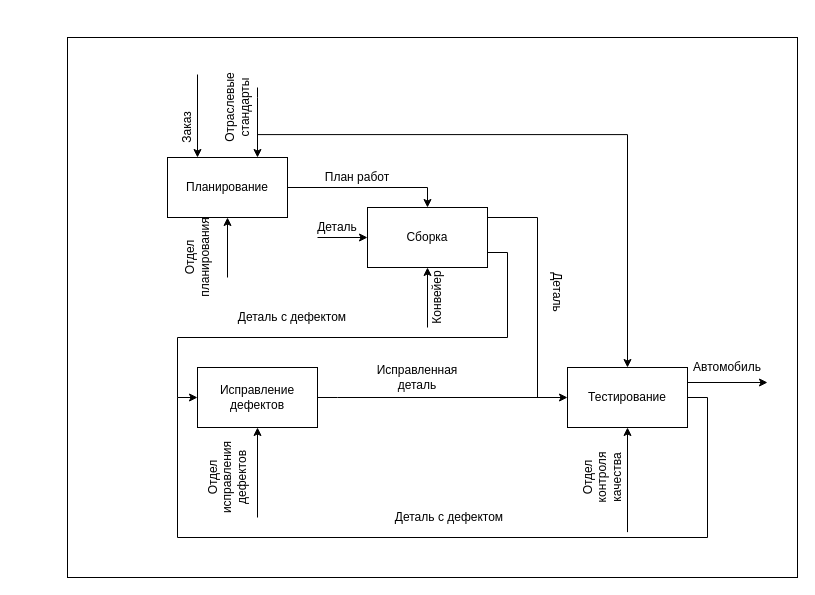
The draw.io diagram IDEF1.drawio in vladmosin/CLI, before the edit. Source tidied: cells renumbered, new cells numbered last; positions are measured from the earlier drawing's top-left corner, leaving out a move shared by most shapes. Both pictures are drawn from the tidied source at 100%, with x=0, y=0 at pixel (67, 37).
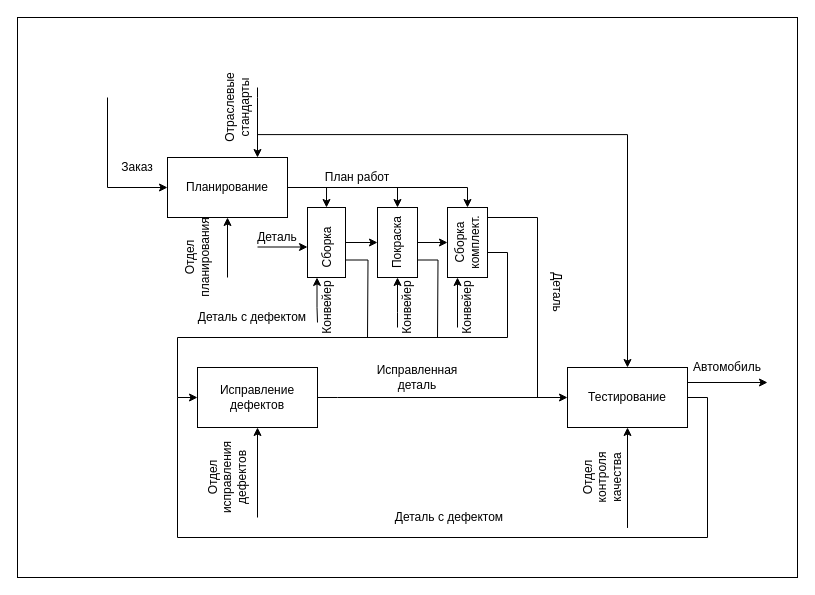
The same diagram, later.

The change refers to these unchanged cells:
```xml
<mxCell id="7" value="Планирование" style="rounded=0;whiteSpace=wrap;html=1;" parent="1" vertex="1">
  <mxGeometry x="100" y="120" width="120" height="60" as="geometry" />
</mxCell>
<mxCell id="20" value="Исправление дефектов" style="rounded=0;whiteSpace=wrap;html=1;" parent="1" vertex="1">
  <mxGeometry x="130" y="330" width="120" height="60" as="geometry" />
</mxCell>
<mxCell id="24" value="План работ" style="text;html=1;strokeColor=none;fillColor=none;align=center;verticalAlign=middle;whiteSpace=wrap;rounded=0;" parent="1" vertex="1">
  <mxGeometry x="250" y="130" width="80" height="20" as="geometry" />
</mxCell>
```

What changed in the source:
```diff
@@
     <mxCell id="2" style="rounded=0;whiteSpace=wrap;html=1;" parent="1" vertex="1">
-      <mxGeometry width="730" height="540" as="geometry" />
+      <mxGeometry x="-50" y="-20" width="780" height="560" as="geometry" />
     </mxCell>
-    <mxCell id="3" style="edgeStyle=orthogonalEdgeStyle;rounded=0;jettySize=auto;html=1;exitX=0.25;exitY=0;exitDx=0;exitDy=0;startArrow=classic;startFill=1;endArrow=none;endFill=0;" parent="1" edge="1" source="7" target="2">
+    <mxCell id="3" style="edgeStyle=orthogonalEdgeStyle;rounded=0;jettySize=auto;html=1;exitX=0;exitY=0.5;exitDx=0;exitDy=0;startArrow=classic;startFill=1;endArrow=none;endFill=0;" parent="1" edge="1" source="7">
       <mxGeometry relative="1" as="geometry">
+        <mxPoint x="40" y="60" as="targetPoint" />
         <Array as="points">
-          <mxPoint x="240" y="60" />
-          <mxPoint x="240" y="60" />
+          <mxPoint x="40" y="150" />
         </Array>
       </mxGeometry>
     </mxCell>
@@
-    <mxCell id="6" style="edgeStyle=orthogonalEdgeStyle;rounded=0;jettySize=auto;html=1;exitX=1;exitY=0.5;exitDx=0;exitDy=0;entryX=0.5;entryY=0;entryDx=0;entryDy=0;startArrow=none;startFill=0;endArrow=classic;endFill=1;" parent="1" edge="1" source="7" target="12">
-      <mxGeometry relative="1" as="geometry" />
+    <mxCell id="6" style="edgeStyle=orthogonalEdgeStyle;rounded=0;jettySize=auto;html=1;exitX=1;exitY=0.5;exitDx=0;exitDy=0;entryX=0.5;entryY=0;entryDx=0;entryDy=0;startArrow=none;startFill=0;endArrow=classic;endFill=1;" parent="1" edge="1" source="7" target="42">
+      <mxGeometry relative="1" as="geometry">
+        <Array as="points">
+          <mxPoint x="400" y="150" />
+        </Array>
+      </mxGeometry>
     </mxCell>
@@
-    <mxCell id="8" style="edgeStyle=orthogonalEdgeStyle;rounded=0;jettySize=auto;html=1;exitX=0.5;exitY=1;exitDx=0;exitDy=0;startArrow=classic;startFill=1;endArrow=none;endFill=0;" parent="1" edge="1" source="12">
+    <mxCell id="8" style="edgeStyle=orthogonalEdgeStyle;rounded=0;orthogonalLoop=1;jettySize=auto;html=1;exitX=0.5;exitY=1;exitDx=0;exitDy=0;startArrow=classic;startFill=1;endArrow=none;endFill=0;" parent="1" edge="1">
       <mxGeometry relative="1" as="geometry">
-        <mxPoint x="360" y="290" as="targetPoint" />
+        <mxPoint x="390" y="240" as="sourcePoint" />
+        <mxPoint x="390" y="290" as="targetPoint" />
         <Array as="points">
-          <mxPoint x="360" y="290" />
+          <mxPoint x="390" y="290" />
         </Array>
       </mxGeometry>
     </mxCell>
-    <mxCell id="9" style="edgeStyle=orthogonalEdgeStyle;rounded=0;jettySize=auto;html=1;exitX=0;exitY=0.5;exitDx=0;exitDy=0;startArrow=classic;startFill=1;endArrow=none;endFill=0;" parent="1" edge="1" source="12">
+    <mxCell id="9" style="edgeStyle=orthogonalEdgeStyle;rounded=0;orthogonalLoop=1;jettySize=auto;html=1;exitX=0;exitY=0.5;exitDx=0;exitDy=0;startArrow=classic;startFill=1;endArrow=none;endFill=0;" parent="1" edge="1">
       <mxGeometry relative="1" as="geometry">
-        <mxPoint x="250" y="200" as="targetPoint" />
+        <mxPoint x="240" y="209.5" as="sourcePoint" />
+        <mxPoint x="190" y="209.5" as="targetPoint" />
         <Array as="points">
-          <mxPoint x="250" y="200" />
+          <mxPoint x="190" y="209.5" />
         </Array>
       </mxGeometry>
     </mxCell>
-    <mxCell id="10" style="edgeStyle=orthogonalEdgeStyle;rounded=0;jettySize=auto;html=1;exitX=1;exitY=0.25;exitDx=0;exitDy=0;startArrow=none;startFill=0;endArrow=none;endFill=0;" parent="1" edge="1" source="12">
+    <mxCell id="10" style="edgeStyle=orthogonalEdgeStyle;rounded=0;orthogonalLoop=1;jettySize=auto;html=1;startArrow=none;startFill=0;endArrow=none;endFill=0;" parent="1" edge="1">
       <mxGeometry relative="1" as="geometry">
+        <mxPoint x="420" y="180" as="sourcePoint" />
         <mxPoint x="470" y="360" as="targetPoint" />
         <Array as="points">
           <mxPoint x="420" y="180" />
           <mxPoint x="470" y="180" />
         </Array>
       </mxGeometry>
     </mxCell>
-    <mxCell id="11" style="edgeStyle=orthogonalEdgeStyle;rounded=0;jettySize=auto;html=1;exitX=1;exitY=0.75;exitDx=0;exitDy=0;entryX=0;entryY=0.5;entryDx=0;entryDy=0;startArrow=none;startFill=0;endArrow=classic;endFill=1;" parent="1" edge="1" source="12" target="20">
+    <mxCell id="11" style="edgeStyle=orthogonalEdgeStyle;rounded=0;jettySize=auto;html=1;entryX=0;entryY=0.5;entryDx=0;entryDy=0;startArrow=none;startFill=0;endArrow=classic;endFill=1;" parent="1" edge="1" target="20">
       <mxGeometry relative="1" as="geometry">
+        <mxPoint x="420" y="215" as="sourcePoint" />
         <Array as="points">
           <mxPoint x="440" y="215" />
           <mxPoint x="440" y="300" />
           <mxPoint x="110" y="300" />
           <mxPoint x="110" y="360" />
         </Array>
       </mxGeometry>
     </mxCell>
-    <mxCell id="12" value="Сборка" style="rounded=0;whiteSpace=wrap;html=1;" parent="1" vertex="1">
-      <mxGeometry x="300" y="170" width="120" height="60" as="geometry" />
-    </mxCell>
@@
-    <mxCell id="21" value="Заказ" style="text;html=1;strokeColor=none;fillColor=none;align=center;verticalAlign=middle;whiteSpace=wrap;rounded=0;rotation=270;" parent="1" vertex="1">
-      <mxGeometry x="100" y="80" width="40" height="20" as="geometry" />
+    <mxCell id="21" value="Заказ" style="text;html=1;strokeColor=none;fillColor=none;align=center;verticalAlign=middle;whiteSpace=wrap;rounded=0;rotation=0;" parent="1" vertex="1">
+      <mxGeometry x="50" y="120" width="40" height="20" as="geometry" />
     </mxCell>
@@
     <mxCell id="28" value="Конвейер" style="text;html=1;strokeColor=none;fillColor=none;align=center;verticalAlign=middle;whiteSpace=wrap;rounded=0;rotation=270;" parent="1" vertex="1">
-      <mxGeometry x="350" y="250" width="40" height="20" as="geometry" />
+      <mxGeometry x="380" y="260" width="40" height="20" as="geometry" />
     </mxCell>
     <mxCell id="29" value="Деталь" style="text;html=1;strokeColor=none;fillColor=none;align=center;verticalAlign=middle;whiteSpace=wrap;rounded=0;" parent="1" vertex="1">
-      <mxGeometry x="250" y="180" width="40" height="20" as="geometry" />
+      <mxGeometry x="190" y="190" width="40" height="20" as="geometry" />
     </mxCell>
@@
     <mxCell id="31" value="Деталь с дефектом" style="text;html=1;strokeColor=none;fillColor=none;align=center;verticalAlign=middle;whiteSpace=wrap;rounded=0;" parent="1" vertex="1">
-      <mxGeometry x="160" y="270" width="130" height="20" as="geometry" />
+      <mxGeometry x="120" y="270" width="130" height="20" as="geometry" />
     </mxCell>
@@
+    <mxCell id="34" style="edgeStyle=orthogonalEdgeStyle;rounded=0;jettySize=auto;html=1;exitX=1;exitY=0.5;exitDx=0;exitDy=0;entryX=0;entryY=0.5;entryDx=0;entryDy=0;endArrow=classic;endFill=1;" parent="1" edge="1" source="37" target="41">
+      <mxGeometry relative="1" as="geometry" />
+    </mxCell>
+    <mxCell id="35" style="edgeStyle=orthogonalEdgeStyle;rounded=0;jettySize=auto;html=1;exitX=0.5;exitY=0;exitDx=0;exitDy=0;entryX=0.113;entryY=1;entryDx=0;entryDy=0;entryPerimeter=0;startArrow=classic;startFill=1;endArrow=none;endFill=0;" parent="1" edge="1" source="37" target="24">
+      <mxGeometry relative="1" as="geometry" />
+    </mxCell>
+    <mxCell id="36" style="edgeStyle=orthogonalEdgeStyle;rounded=0;jettySize=auto;html=1;exitX=1;exitY=0.75;exitDx=0;exitDy=0;startArrow=none;startFill=0;endArrow=none;endFill=0;" parent="1" edge="1" source="37">
+      <mxGeometry relative="1" as="geometry">
+        <mxPoint x="300" y="300" as="targetPoint" />
+      </mxGeometry>
+    </mxCell>
+    <mxCell id="37" style="rounded=0;whiteSpace=wrap;html=1;" parent="1" vertex="1">
+      <mxGeometry x="240" y="170" width="38" height="70" as="geometry" />
+    </mxCell>
+    <mxCell id="38" style="edgeStyle=orthogonalEdgeStyle;rounded=0;jettySize=auto;html=1;exitX=1;exitY=0.5;exitDx=0;exitDy=0;entryX=0;entryY=0.5;entryDx=0;entryDy=0;endArrow=classic;endFill=1;" parent="1" edge="1" source="41" target="42">
+      <mxGeometry relative="1" as="geometry" />
+    </mxCell>
+    <mxCell id="39" style="edgeStyle=orthogonalEdgeStyle;rounded=0;jettySize=auto;html=1;exitX=0.5;exitY=0;exitDx=0;exitDy=0;entryX=1;entryY=1;entryDx=0;entryDy=0;endArrow=none;endFill=0;startArrow=classic;startFill=1;" parent="1" edge="1" source="41" target="24">
+      <mxGeometry relative="1" as="geometry" />
+    </mxCell>
+    <mxCell id="40" style="edgeStyle=orthogonalEdgeStyle;rounded=0;jettySize=auto;html=1;exitX=1;exitY=0.75;exitDx=0;exitDy=0;startArrow=none;startFill=0;endArrow=none;endFill=0;" parent="1" edge="1" source="41">
+      <mxGeometry relative="1" as="geometry">
+        <mxPoint x="370" y="300" as="targetPoint" />
+      </mxGeometry>
+    </mxCell>
+    <mxCell id="41" style="rounded=0;whiteSpace=wrap;html=1;" parent="1" vertex="1">
+      <mxGeometry x="310" y="170" width="40" height="70" as="geometry" />
+    </mxCell>
+    <mxCell id="42" style="rounded=0;whiteSpace=wrap;html=1;" parent="1" vertex="1">
+      <mxGeometry x="380" y="170" width="40" height="70" as="geometry" />
+    </mxCell>
+    <mxCell id="12" value="Сборка" style="text;html=1;strokeColor=none;fillColor=none;align=center;verticalAlign=middle;whiteSpace=wrap;rounded=0;rotation=270;" parent="1" vertex="1">
+      <mxGeometry x="240" y="200" width="40" height="20" as="geometry" />
+    </mxCell>
+    <mxCell id="43" value="Покраска&lt;br&gt;" style="text;html=1;strokeColor=none;fillColor=none;align=center;verticalAlign=middle;whiteSpace=wrap;rounded=0;rotation=270;" parent="1" vertex="1">
+      <mxGeometry x="310" y="195" width="40" height="20" as="geometry" />
+    </mxCell>
+    <mxCell id="44" value="Сборка&lt;br&gt;комплект." style="text;html=1;strokeColor=none;fillColor=none;align=center;verticalAlign=middle;whiteSpace=wrap;rounded=0;rotation=270;" parent="1" vertex="1">
+      <mxGeometry x="380" y="195" width="40" height="20" as="geometry" />
+    </mxCell>
+    <mxCell id="45" value="Конвейер" style="text;html=1;strokeColor=none;fillColor=none;align=center;verticalAlign=middle;whiteSpace=wrap;rounded=0;rotation=270;" parent="1" vertex="1">
+      <mxGeometry x="320" y="260" width="40" height="20" as="geometry" />
+    </mxCell>
+    <mxCell id="46" value="Конвейер" style="text;html=1;strokeColor=none;fillColor=none;align=center;verticalAlign=middle;whiteSpace=wrap;rounded=0;rotation=270;" parent="1" vertex="1">
+      <mxGeometry x="240" y="260" width="40" height="20" as="geometry" />
+    </mxCell>
+    <mxCell id="47" style="edgeStyle=orthogonalEdgeStyle;rounded=0;jettySize=auto;html=1;exitX=0.5;exitY=1;exitDx=0;exitDy=0;startArrow=classic;startFill=1;endArrow=none;endFill=0;" parent="1" edge="1" source="41">
+      <mxGeometry relative="1" as="geometry">
+        <mxPoint x="330" y="290" as="targetPoint" />
+        <Array as="points">
+          <mxPoint x="330" y="275" />
+          <mxPoint x="330" y="275" />
+        </Array>
+      </mxGeometry>
+    </mxCell>
+    <mxCell id="48" style="edgeStyle=orthogonalEdgeStyle;rounded=0;jettySize=auto;html=1;exitX=0.25;exitY=1;exitDx=0;exitDy=0;startArrow=classic;startFill=1;endArrow=none;endFill=0;entryX=1;entryY=0.75;entryDx=0;entryDy=0;" parent="1" edge="1" source="37" target="31">
+      <mxGeometry relative="1" as="geometry">
+        <Array as="points">
+          <mxPoint x="250" y="270" />
+          <mxPoint x="250" y="270" />
+        </Array>
+      </mxGeometry>
+    </mxCell>
```
